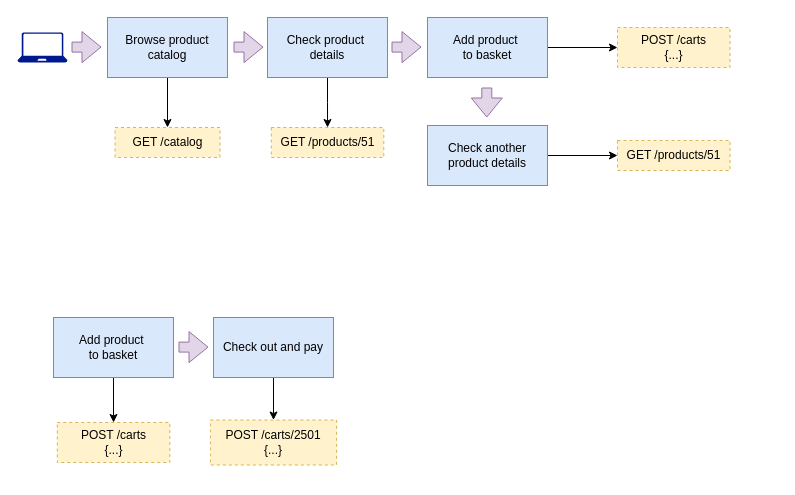
The draw.io diagram page "5.16" (16 of 16) of ch05.drawio in abunuwas/api-sec-book-imgs, before the edit. Source tidied: cells renumbered, new cells numbered last; positions are measured from the earlier drawing's top-left corner, leaving out a move shared by most shapes. Both pictures are drawn from the tidied source at 100%, with x=0, y=0 at pixel (17, 17).
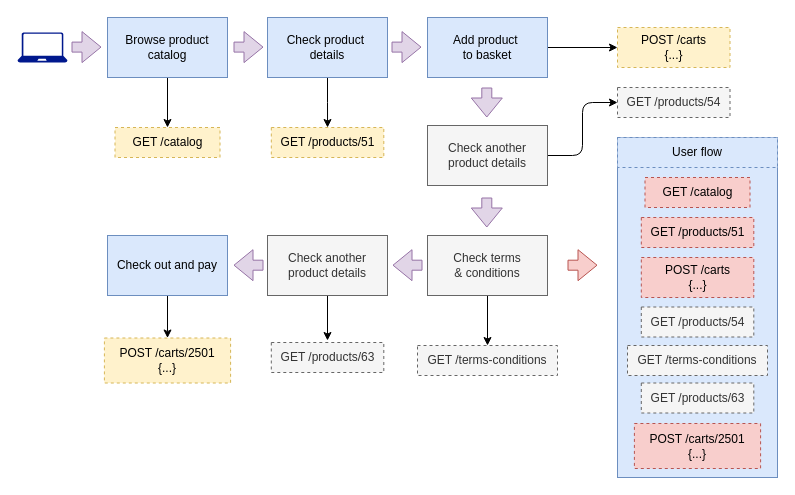
The same diagram, later.

The edit, as a diff of the source:
```diff
@@
+    <mxCell id="26" style="text;html=1;align=center;verticalAlign=middle;whiteSpace=wrap;rounded=0;strokeColor=#6c8ebf;fillColor=#dae8fc;" parent="1" vertex="1">
+      <mxGeometry x="600" y="120" width="160" height="340" as="geometry" />
+    </mxCell>
@@
-    <mxCell id="15" style="edgeStyle=orthogonalEdgeStyle;rounded=0;jettySize=auto;html=1;entryX=0.5;entryY=0;entryDx=0;entryDy=0;" parent="1" edge="1" source="16" target="21">
-      <mxGeometry relative="1" as="geometry" />
+    <mxCell id="15" style="edgeStyle=orthogonalEdgeStyle;rounded=0;jettySize=auto;html=1;entryX=0.5;entryY=0;entryDx=0;entryDy=0;" parent="1" edge="1" source="16">
+      <mxGeometry relative="1" as="geometry">
+        <mxPoint x="310" y="323" as="targetPoint" />
+      </mxGeometry>
     </mxCell>
-    <mxCell id="16" value="Add product&amp;nbsp;&lt;div&gt;to&amp;nbsp;&lt;span style=&quot;background-color: initial;&quot;&gt;basket&lt;/span&gt;&lt;/div&gt;" style="rounded=0;whiteSpace=wrap;html=1;fillColor=#dae8fc;strokeColor=#6c8ebf;" parent="1" vertex="1">
-      <mxGeometry x="36" y="300" width="120" height="60" as="geometry" />
+    <mxCell id="16" value="Check another&lt;div&gt;product details&lt;/div&gt;" style="rounded=0;whiteSpace=wrap;html=1;fillColor=#f5f5f5;strokeColor=#666666;fontColor=#333333;" parent="1" vertex="1">
+      <mxGeometry x="250" y="218" width="120" height="60" as="geometry" />
     </mxCell>
@@
     <mxCell id="18" value="Check out and pay" style="rounded=0;whiteSpace=wrap;html=1;fillColor=#dae8fc;strokeColor=#6c8ebf;" parent="1" vertex="1">
-      <mxGeometry x="196" y="300" width="120" height="60" as="geometry" />
+      <mxGeometry x="90" y="218" width="120" height="60" as="geometry" />
     </mxCell>
@@
     <mxCell id="20" style="shape=flexArrow;endArrow=classic;html=1;rounded=0;fillColor=#e1d5e7;strokeColor=#9673a6;" parent="1" edge="1">
       <mxGeometry relative="1" as="geometry">
-        <mxPoint x="161" y="329.6" as="sourcePoint" />
-        <mxPoint x="191" y="329.6" as="targetPoint" />
+        <mxPoint x="246" y="247.7" as="sourcePoint" />
+        <mxPoint x="216" y="247.7" as="targetPoint" />
       </mxGeometry>
     </mxCell>
-    <mxCell id="21" value="POST /carts&lt;div&gt;{...}&lt;/div&gt;" style="text;html=1;align=center;verticalAlign=middle;whiteSpace=wrap;rounded=0;strokeColor=#d6b656;dashed=1;fillColor=#fff2cc;" parent="1" vertex="1">
-      <mxGeometry x="39.8" y="405" width="112.5" height="40" as="geometry" />
-    </mxCell>
     <mxCell id="22" value="POST /carts/2501&lt;div&gt;{...}&lt;/div&gt;" style="text;html=1;align=center;verticalAlign=middle;whiteSpace=wrap;rounded=0;strokeColor=#d6b656;dashed=1;fillColor=#fff2cc;" parent="1" vertex="1">
-      <mxGeometry x="192.9" y="402.5" width="126.2" height="45" as="geometry" />
+      <mxGeometry x="86.9" y="320.5" width="126.2" height="45" as="geometry" />
     </mxCell>
-    <mxCell id="23" style="edgeStyle=orthogonalEdgeStyle;rounded=0;jettySize=auto;html=1;entryX=0;entryY=0.5;entryDx=0;entryDy=0;" parent="1" edge="1" source="24" target="25">
+    <mxCell id="23" style="edgeStyle=orthogonalEdgeStyle;rounded=1;jettySize=auto;html=1;entryX=0;entryY=0.5;entryDx=0;entryDy=0;curved=0;" parent="1" edge="1" source="24" target="25">
       <mxGeometry relative="1" as="geometry" />
     </mxCell>
-    <mxCell id="24" value="Check another product&amp;nbsp;&lt;span style=&quot;background-color: initial;&quot;&gt;details&lt;/span&gt;" style="rounded=0;whiteSpace=wrap;html=1;fillColor=#dae8fc;strokeColor=#6c8ebf;" parent="1" vertex="1">
+    <mxCell id="24" value="Check another product&amp;nbsp;&lt;span style=&quot;background-color: initial;&quot;&gt;details&lt;/span&gt;" style="rounded=0;whiteSpace=wrap;html=1;fillColor=#f5f5f5;strokeColor=#666666;fontColor=#333333;" parent="1" vertex="1">
       <mxGeometry x="410" y="108" width="120" height="60" as="geometry" />
     </mxCell>
-    <mxCell id="25" value="GET /products/51" style="text;html=1;align=center;verticalAlign=middle;whiteSpace=wrap;rounded=0;strokeColor=#d6b656;dashed=1;fillColor=#fff2cc;" parent="1" vertex="1">
-      <mxGeometry x="600" y="123" width="112.5" height="30" as="geometry" />
+    <mxCell id="25" value="GET /products/54" style="text;html=1;align=center;verticalAlign=middle;whiteSpace=wrap;rounded=0;strokeColor=#666666;dashed=1;fillColor=#f5f5f5;fontColor=#333333;" parent="1" vertex="1">
+      <mxGeometry x="600" y="70" width="112.5" height="30" as="geometry" />
     </mxCell>
+    <mxCell id="27" style="shape=flexArrow;endArrow=classic;html=1;rounded=0;fillColor=#e1d5e7;strokeColor=#9673a6;" parent="1" edge="1">
+      <mxGeometry relative="1" as="geometry">
+        <mxPoint x="469.3" y="180" as="sourcePoint" />
+        <mxPoint x="469.3" y="210" as="targetPoint" />
+      </mxGeometry>
+    </mxCell>
+    <mxCell id="28" style="edgeStyle=orthogonalEdgeStyle;rounded=0;jettySize=auto;html=1;entryX=0.5;entryY=0;entryDx=0;entryDy=0;" parent="1" edge="1" source="29" target="30">
+      <mxGeometry relative="1" as="geometry" />
+    </mxCell>
+    <mxCell id="29" value="Check terms&lt;div&gt;&amp;amp; conditions&lt;/div&gt;" style="rounded=0;whiteSpace=wrap;html=1;fillColor=#f5f5f5;strokeColor=#666666;fontColor=#333333;" parent="1" vertex="1">
+      <mxGeometry x="410" y="218" width="120" height="60" as="geometry" />
+    </mxCell>
+    <mxCell id="30" value="GET /terms-conditions" style="text;html=1;align=center;verticalAlign=middle;whiteSpace=wrap;rounded=0;strokeColor=#666666;dashed=1;fillColor=#f5f5f5;fontColor=#333333;" parent="1" vertex="1">
+      <mxGeometry x="400" y="328" width="140" height="30" as="geometry" />
+    </mxCell>
+    <mxCell id="31" style="shape=flexArrow;endArrow=classic;html=1;rounded=0;fillColor=#e1d5e7;strokeColor=#9673a6;" parent="1" edge="1">
+      <mxGeometry relative="1" as="geometry">
+        <mxPoint x="405" y="247.7" as="sourcePoint" />
+        <mxPoint x="375" y="247.7" as="targetPoint" />
+      </mxGeometry>
+    </mxCell>
+    <mxCell id="32" style="shape=flexArrow;endArrow=classic;html=1;rounded=0;fillColor=#f8cecc;strokeColor=#b85450;" parent="1" edge="1">
+      <mxGeometry relative="1" as="geometry">
+        <mxPoint x="550" y="247.7" as="sourcePoint" />
+        <mxPoint x="580" y="247.7" as="targetPoint" />
+      </mxGeometry>
+    </mxCell>
+    <mxCell id="33" value="GET /catalog" style="text;html=1;align=center;verticalAlign=middle;whiteSpace=wrap;rounded=0;strokeColor=#b85450;dashed=1;fillColor=#f8cecc;" parent="1" vertex="1">
+      <mxGeometry x="627.5" y="160" width="105" height="30" as="geometry" />
+    </mxCell>
+    <mxCell id="34" value="GET /products/51" style="text;html=1;align=center;verticalAlign=middle;whiteSpace=wrap;rounded=0;strokeColor=#b85450;dashed=1;fillColor=#f8cecc;" parent="1" vertex="1">
+      <mxGeometry x="623.8" y="200" width="112.5" height="30" as="geometry" />
+    </mxCell>
+    <mxCell id="21" value="POST /carts&lt;div&gt;{...}&lt;/div&gt;" style="text;html=1;align=center;verticalAlign=middle;whiteSpace=wrap;rounded=0;strokeColor=#b85450;dashed=1;fillColor=#f8cecc;" parent="1" vertex="1">
+      <mxGeometry x="623.8" y="240" width="112.5" height="40" as="geometry" />
+    </mxCell>
+    <mxCell id="35" value="GET /products/54" style="text;html=1;align=center;verticalAlign=middle;whiteSpace=wrap;rounded=0;strokeColor=#666666;dashed=1;fillColor=#f5f5f5;fontColor=#333333;" parent="1" vertex="1">
+      <mxGeometry x="623.8" y="289.5" width="112.5" height="30" as="geometry" />
+    </mxCell>
+    <mxCell id="36" value="GET /terms-conditions" style="text;html=1;align=center;verticalAlign=middle;whiteSpace=wrap;rounded=0;strokeColor=#666666;dashed=1;fillColor=#f5f5f5;fontColor=#333333;" parent="1" vertex="1">
+      <mxGeometry x="610" y="328" width="140" height="30" as="geometry" />
+    </mxCell>
+    <mxCell id="37" value="POST /carts/2501&lt;div&gt;{...}&lt;/div&gt;" style="text;html=1;align=center;verticalAlign=middle;whiteSpace=wrap;rounded=0;strokeColor=#b85450;dashed=1;fillColor=#f8cecc;" parent="1" vertex="1">
+      <mxGeometry x="616.9" y="406" width="126.2" height="45" as="geometry" />
+    </mxCell>
+    <mxCell id="38" value="User flow" style="text;html=1;align=center;verticalAlign=middle;whiteSpace=wrap;rounded=0;strokeColor=#6c8ebf;dashed=1;fillColor=#dae8fc;" parent="1" vertex="1">
+      <mxGeometry x="600" y="120" width="160" height="30" as="geometry" />
+    </mxCell>
+    <mxCell id="39" value="GET /products/63" style="text;html=1;align=center;verticalAlign=middle;whiteSpace=wrap;rounded=0;strokeColor=#666666;dashed=1;fillColor=#f5f5f5;fontColor=#333333;" parent="1" vertex="1">
+      <mxGeometry x="253.8" y="325" width="112.5" height="30" as="geometry" />
+    </mxCell>
+    <mxCell id="40" value="GET /products/63" style="text;html=1;align=center;verticalAlign=middle;whiteSpace=wrap;rounded=0;strokeColor=#666666;dashed=1;fillColor=#f5f5f5;fontColor=#333333;" parent="1" vertex="1">
+      <mxGeometry x="623.8" y="365.5" width="112.5" height="30" as="geometry" />
+    </mxCell>
```
